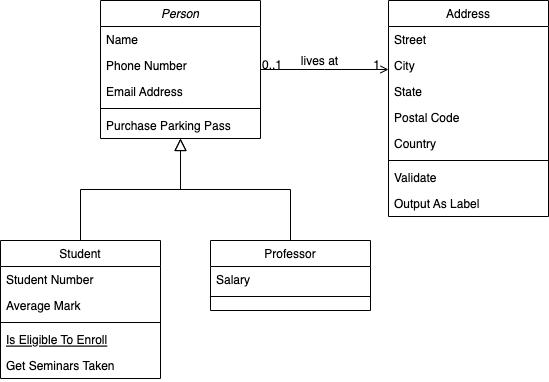
The draw.io diagram 注册中心.drawio.png in mapleFdg/diagrams, before a commit. Source tidied: cells renumbered, new cells last; positions are measured from the earlier drawing's top-left corner, leaving out a move shared by most shapes.
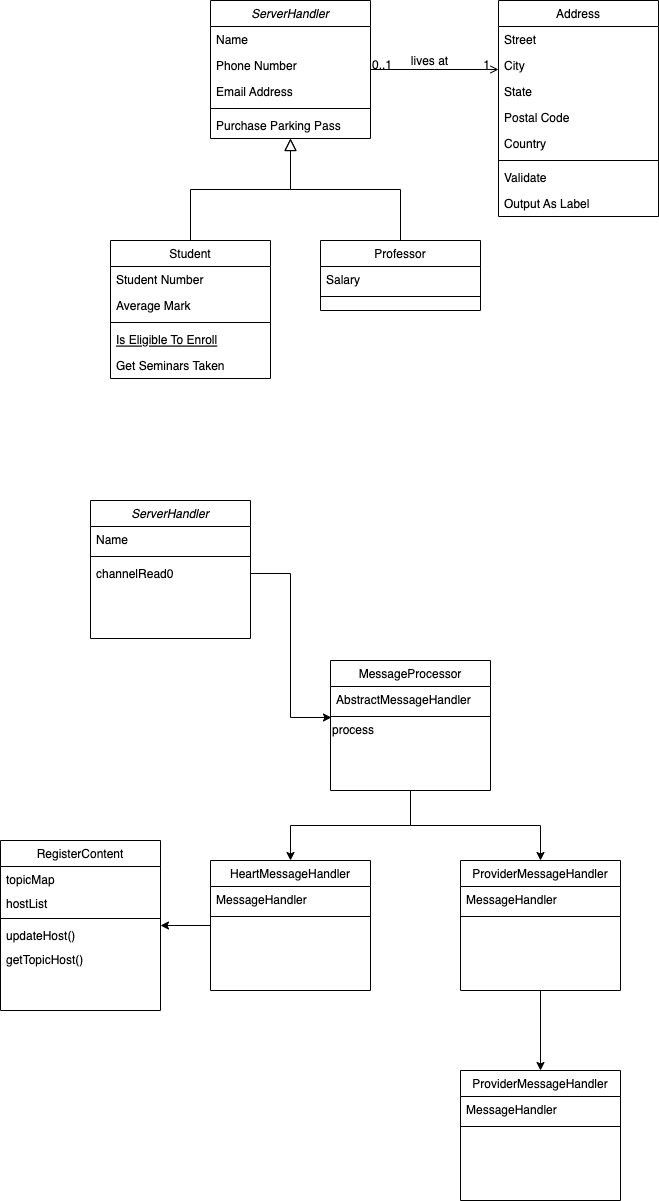
Later version of the same file.

Commit message:
更新注册中心.drawio.png

The edit, as a diff of the source:
```diff
@@ -2,7 +2,7 @@
   <root>
     <mxCell id="0" />
     <mxCell id="1" parent="0" />
-    <mxCell id="2" value="Person" style="swimlane;fontStyle=2;align=center;verticalAlign=top;horizontal=1;startSize=26;rounded=0;shadow=0;strokeWidth=1;" parent="1" vertex="1">
+    <mxCell id="2" value="ServerHandler" style="swimlane;fontStyle=2;align=center;verticalAlign=top;horizontal=1;startSize=26;rounded=0;shadow=0;strokeWidth=1;" parent="1" vertex="1">
       <mxGeometry x="100" width="160" height="138" as="geometry" />
     </mxCell>
     <mxCell id="3" value="Name" style="text;align=left;verticalAlign=top;spacingLeft=4;spacingRight=4;overflow=hidden;" parent="2" vertex="1">
@@ -100,5 +100,89 @@
         <mxPoint x="-38" y="40" as="offset" />
       </mxGeometry>
     </mxCell>
+    <mxCell id="32" value="ServerHandler" style="swimlane;fontStyle=2;align=center;verticalAlign=top;horizontal=1;startSize=26;rounded=0;shadow=0;strokeWidth=1;" parent="1" vertex="1">
+      <mxGeometry x="-20" y="500" width="160" height="138" as="geometry" />
+    </mxCell>
+    <mxCell id="33" value="Name" style="text;align=left;verticalAlign=top;spacingLeft=4;spacingRight=4;overflow=hidden;" parent="32" vertex="1">
+      <mxGeometry y="26" width="160" height="26" as="geometry" />
+    </mxCell>
+    <mxCell id="34" style="line;html=1;strokeWidth=1;align=left;verticalAlign=middle;spacingTop=-1;spacingLeft=3;spacingRight=3;labelPosition=right;" parent="32" vertex="1">
+      <mxGeometry y="52" width="160" height="8" as="geometry" />
+    </mxCell>
+    <mxCell id="35" value="channelRead0" style="text;align=left;verticalAlign=top;spacingLeft=4;spacingRight=4;overflow=hidden;points=[[0,0.5],[1,0.5]];portConstraint=eastwest;" parent="32" vertex="1">
+      <mxGeometry y="60" width="160" height="26" as="geometry" />
+    </mxCell>
+    <mxCell id="36" style="edgeStyle=orthogonalEdgeStyle;rounded=0;jettySize=auto;html=1;exitX=0.5;exitY=1;exitDx=0;exitDy=0;" parent="1" edge="1" source="38" target="44">
+      <mxGeometry relative="1" as="geometry" />
+    </mxCell>
+    <mxCell id="37" style="edgeStyle=orthogonalEdgeStyle;rounded=0;jettySize=auto;html=1;" parent="1" edge="1" source="38" target="48">
+      <mxGeometry relative="1" as="geometry" />
+    </mxCell>
+    <mxCell id="38" value="MessageProcessor" style="swimlane;fontStyle=0;align=center;verticalAlign=top;horizontal=1;startSize=26;rounded=0;shadow=0;strokeWidth=1;" parent="1" vertex="1">
+      <mxGeometry x="220" y="660" width="160" height="130" as="geometry" />
+    </mxCell>
+    <mxCell id="39" value="AbstractMessageHandler" style="text;align=left;verticalAlign=top;spacingLeft=4;spacingRight=4;overflow=hidden;" parent="38" vertex="1">
+      <mxGeometry y="26" width="160" height="26" as="geometry" />
+    </mxCell>
+    <mxCell id="40" style="line;html=1;strokeWidth=1;align=left;verticalAlign=middle;spacingTop=-1;spacingLeft=3;spacingRight=3;labelPosition=right;points=[];portConstraint=eastwest;" parent="38" vertex="1">
+      <mxGeometry y="52" width="160" height="8" as="geometry" />
+    </mxCell>
+    <mxCell id="41" value="process" style="text;html=1;align=left;verticalAlign=middle;strokeColor=none;fillColor=none;" parent="38" vertex="1">
+      <mxGeometry y="60" width="160" height="20" as="geometry" />
+    </mxCell>
+    <mxCell id="42" style="edgeStyle=orthogonalEdgeStyle;rounded=0;jettySize=auto;html=1;entryX=0.006;entryY=0.625;entryDx=0;entryDy=0;entryPerimeter=0;" parent="1" edge="1" source="35" target="40">
+      <mxGeometry relative="1" as="geometry" />
+    </mxCell>
+    <mxCell id="43" style="edgeStyle=orthogonalEdgeStyle;rounded=0;jettySize=auto;html=1;" parent="1" edge="1" source="44" target="51">
+      <mxGeometry relative="1" as="geometry" />
+    </mxCell>
+    <mxCell id="44" value="HeartMessageHandler" style="swimlane;fontStyle=0;align=center;verticalAlign=top;horizontal=1;startSize=26;rounded=0;shadow=0;strokeWidth=1;" parent="1" vertex="1">
+      <mxGeometry x="100" y="860" width="160" height="130" as="geometry" />
+    </mxCell>
+    <mxCell id="45" value="MessageHandler" style="text;align=left;verticalAlign=top;spacingLeft=4;spacingRight=4;overflow=hidden;" parent="44" vertex="1">
+      <mxGeometry y="26" width="160" height="26" as="geometry" />
+    </mxCell>
+    <mxCell id="46" style="line;html=1;strokeWidth=1;align=left;verticalAlign=middle;spacingTop=-1;spacingLeft=3;spacingRight=3;labelPosition=right;" parent="44" vertex="1">
+      <mxGeometry y="52" width="160" height="8" as="geometry" />
+    </mxCell>
+    <mxCell id="47" style="edgeStyle=orthogonalEdgeStyle;rounded=0;jettySize=auto;html=1;" parent="1" edge="1" source="48" target="57">
+      <mxGeometry relative="1" as="geometry" />
+    </mxCell>
+    <mxCell id="48" value="ProviderMessageHandler" style="swimlane;fontStyle=0;align=center;verticalAlign=top;horizontal=1;startSize=26;rounded=0;shadow=0;strokeWidth=1;" parent="1" vertex="1">
+      <mxGeometry x="350" y="860" width="160" height="130" as="geometry" />
+    </mxCell>
+    <mxCell id="49" value="MessageHandler" style="text;align=left;verticalAlign=top;spacingLeft=4;spacingRight=4;overflow=hidden;" parent="48" vertex="1">
+      <mxGeometry y="26" width="160" height="26" as="geometry" />
+    </mxCell>
+    <mxCell id="50" style="line;html=1;strokeWidth=1;align=left;verticalAlign=middle;spacingTop=-1;spacingLeft=3;spacingRight=3;labelPosition=right;" parent="48" vertex="1">
+      <mxGeometry y="52" width="160" height="8" as="geometry" />
+    </mxCell>
+    <mxCell id="51" value="RegisterContent" style="swimlane;fontStyle=0;align=center;verticalAlign=top;horizontal=1;startSize=26;rounded=0;shadow=0;strokeWidth=1;" parent="1" vertex="1">
+      <mxGeometry x="-110" y="840" width="160" height="170" as="geometry" />
+    </mxCell>
+    <mxCell id="52" value="topicMap&#10;" style="text;align=left;verticalAlign=top;spacingLeft=4;spacingRight=4;overflow=hidden;" parent="51" vertex="1">
+      <mxGeometry y="26" width="160" height="24" as="geometry" />
+    </mxCell>
+    <mxCell id="53" value="hostList" style="text;align=left;verticalAlign=top;spacingLeft=4;spacingRight=4;overflow=hidden;" parent="51" vertex="1">
+      <mxGeometry y="50" width="160" height="24" as="geometry" />
+    </mxCell>
+    <mxCell id="54" style="line;html=1;strokeWidth=1;align=left;verticalAlign=middle;spacingTop=-1;spacingLeft=3;spacingRight=3;labelPosition=right;" parent="51" vertex="1">
+      <mxGeometry y="74" width="160" height="8" as="geometry" />
+    </mxCell>
+    <mxCell id="55" value="updateHost()" style="text;align=left;verticalAlign=top;spacingLeft=4;spacingRight=4;overflow=hidden;" parent="51" vertex="1">
+      <mxGeometry y="82" width="160" height="24" as="geometry" />
+    </mxCell>
+    <mxCell id="56" value="getTopicHost()" style="text;align=left;verticalAlign=top;spacingLeft=4;spacingRight=4;overflow=hidden;" parent="51" vertex="1">
+      <mxGeometry y="106" width="160" height="24" as="geometry" />
+    </mxCell>
+    <mxCell id="57" value="ProviderMessageHandler" style="swimlane;fontStyle=0;align=center;verticalAlign=top;horizontal=1;startSize=26;rounded=0;shadow=0;strokeWidth=1;" parent="1" vertex="1">
+      <mxGeometry x="350" y="1070" width="160" height="130" as="geometry" />
+    </mxCell>
+    <mxCell id="58" value="MessageHandler" style="text;align=left;verticalAlign=top;spacingLeft=4;spacingRight=4;overflow=hidden;" parent="57" vertex="1">
+      <mxGeometry y="26" width="160" height="26" as="geometry" />
+    </mxCell>
+    <mxCell id="59" style="line;html=1;strokeWidth=1;align=left;verticalAlign=middle;spacingTop=-1;spacingLeft=3;spacingRight=3;labelPosition=right;" parent="57" vertex="1">
+      <mxGeometry y="52" width="160" height="8" as="geometry" />
+    </mxCell>
   </root>
 </mxGraphModel>
```
